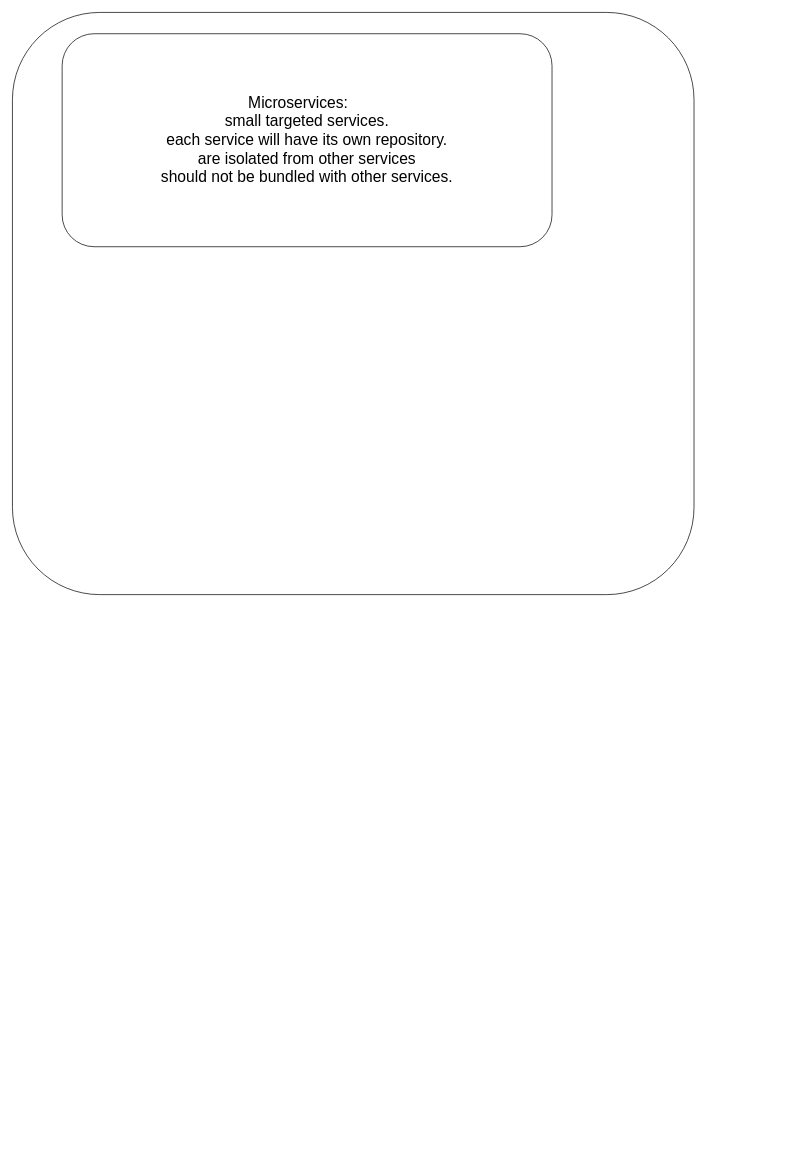
This is page "Microservices" (2 of 5) of Untitled Diagram.drawio from abhinandanchivate/citiMicroservices, a draw.io file, before an edit. Source tidied: cells renumbered, new cells numbered last; positions are measured from the earlier drawing's top-left corner, leaving out a move shared by most shapes. Both pictures are drawn from the tidied source at 71%, with x=0, y=0 at pixel (12, 12).
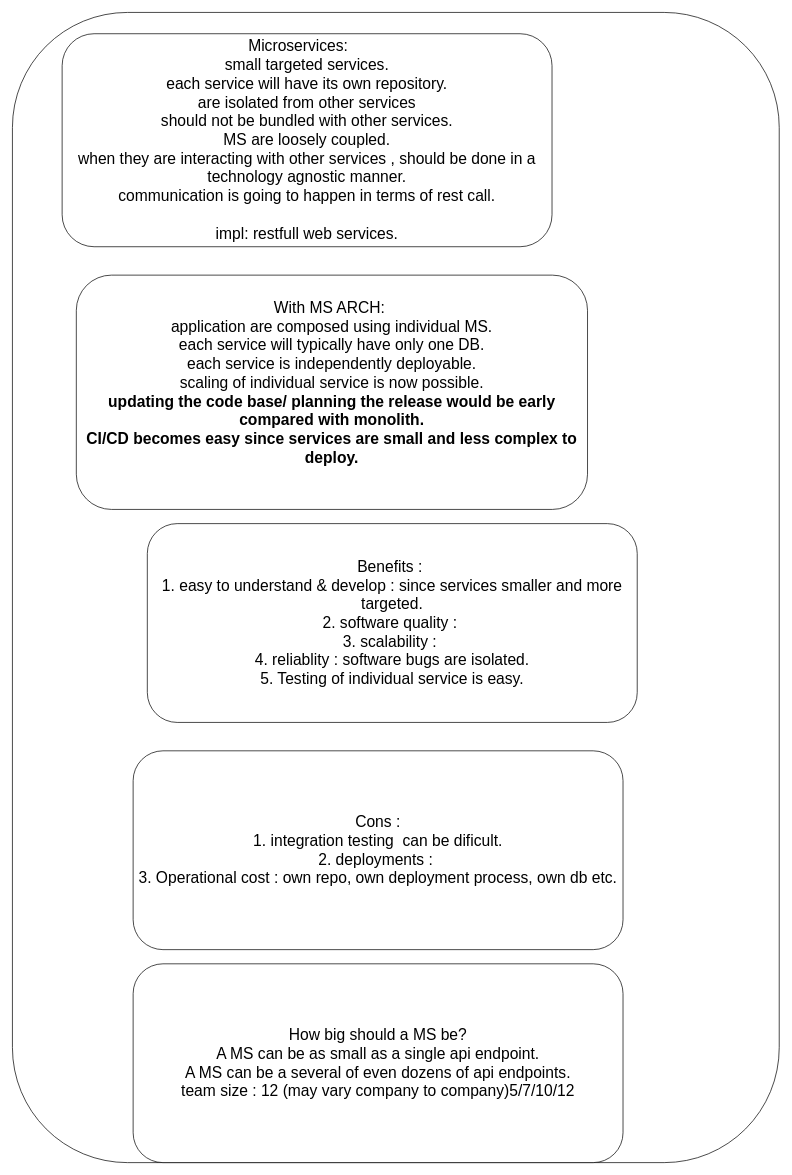
The same page after the edit.

What changed in the source:
```diff
@@
 <mxGraphModel>
   <root>
     <mxCell id="0" />
     <mxCell id="1" parent="0" />
     <mxCell id="2" style="rounded=1;whiteSpace=wrap;html=1;fontSize=22;" parent="1" vertex="1">
-      <mxGeometry width="960" height="820" as="geometry" />
+      <mxGeometry width="1080" height="1620" as="geometry" />
     </mxCell>
-    <mxCell id="3" value="Microservices: &amp;nbsp; &amp;nbsp;&lt;br&gt;small targeted services.&lt;br&gt;each service will have its own repository.&lt;br&gt;are isolated from other services&lt;br&gt;should not be bundled with other services.&lt;br&gt;" style="rounded=1;whiteSpace=wrap;html=1;fontSize=22;" parent="1" vertex="1">
+    <mxCell id="3" value="Microservices: &amp;nbsp; &amp;nbsp;&lt;br&gt;small targeted services.&lt;br&gt;each service will have its own repository.&lt;br&gt;are isolated from other services&lt;br&gt;should not be bundled with other services.&lt;br&gt;MS are loosely coupled.&lt;br&gt;when they are interacting with other services , should be done in a technology agnostic manner.&lt;br&gt;communication is going to happen in terms of rest call.&lt;br&gt;&lt;br&gt;impl: restfull web services." style="rounded=1;whiteSpace=wrap;html=1;fontSize=22;" parent="1" vertex="1">
       <mxGeometry x="70" y="30" width="690" height="300" as="geometry" />
     </mxCell>
+    <mxCell id="4" value="With MS ARCH:&amp;nbsp;&lt;br&gt;application are composed using individual MS.&lt;br&gt;each service will typically have only one DB.&lt;br&gt;each service is independently deployable.&lt;br&gt;scaling of individual service is now possible.&lt;br&gt;&lt;b&gt;updating the code base/ planning the release would be early compared with monolith.&lt;br&gt;CI/CD becomes easy since services are small and less complex to deploy.&lt;br&gt;&lt;br&gt;&lt;/b&gt;" style="rounded=1;whiteSpace=wrap;html=1;fontSize=22;" parent="1" vertex="1">
+      <mxGeometry x="90" y="370" width="720" height="330" as="geometry" />
+    </mxCell>
+    <mxCell id="5" value="Benefits :&amp;nbsp;&lt;br&gt;1. easy to understand &amp;amp; develop : since services smaller and more targeted.&lt;br&gt;2. software quality :&amp;nbsp;&lt;br&gt;3. scalability :&amp;nbsp;&lt;br&gt;4. reliablity : software bugs are isolated.&lt;br&gt;5. Testing of individual service is easy." style="rounded=1;whiteSpace=wrap;html=1;fontSize=22;" parent="1" vertex="1">
+      <mxGeometry x="190" y="720" width="690" height="280" as="geometry" />
+    </mxCell>
+    <mxCell id="6" value="Cons :&lt;br&gt;1. integration testing &amp;nbsp;can be dificult.&lt;br&gt;2. deployments :&amp;nbsp;&lt;br&gt;3. Operational cost : own repo, own deployment process, own db etc.&lt;br&gt;" style="rounded=1;whiteSpace=wrap;html=1;fontSize=22;" parent="1" vertex="1">
+      <mxGeometry x="170" y="1040" width="690" height="280" as="geometry" />
+    </mxCell>
+    <mxCell id="7" value="How big should a MS be?&lt;br&gt;A MS can be as small as a single api endpoint.&lt;br&gt;A MS can be a several of even dozens of api endpoints.&lt;br&gt;team size : 12 (may vary company to company)5/7/10/12" style="rounded=1;whiteSpace=wrap;html=1;fontSize=22;" parent="1" vertex="1">
+      <mxGeometry x="170" y="1340" width="690" height="280" as="geometry" />
+    </mxCell>
   </root>
 </mxGraphModel>
```
